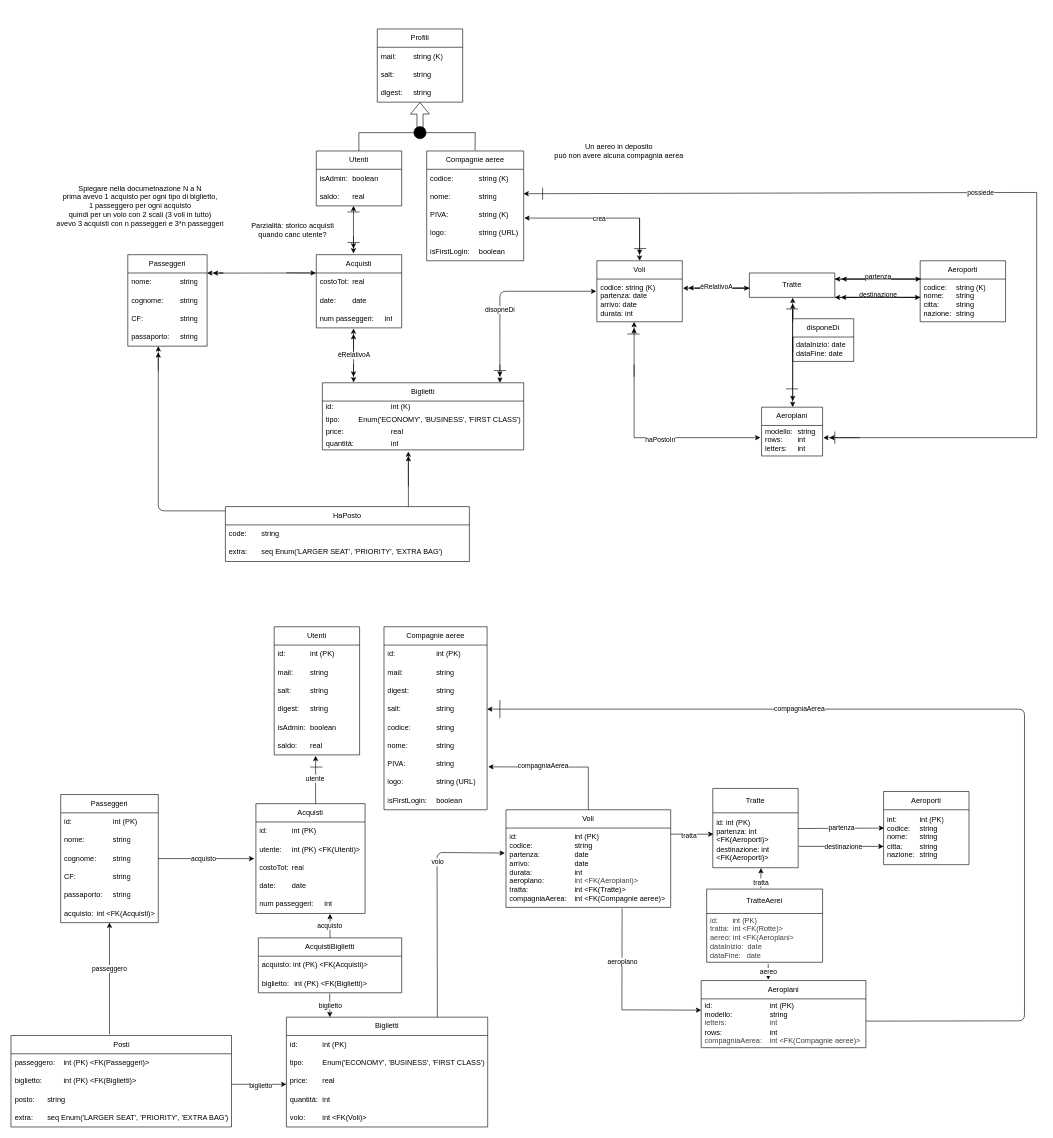
Earlier version of the draw.io diagram BD/DB.drawio (giovanni-quacchia/Airports_projects). Source tidied: cells renumbered, new cells numbered last; positions are measured from the earlier drawing's top-left corner, leaving out a move shared by most shapes. Both pictures are drawn from the tidied source at 61%, with x=0, y=0 at pixel (10, 29).
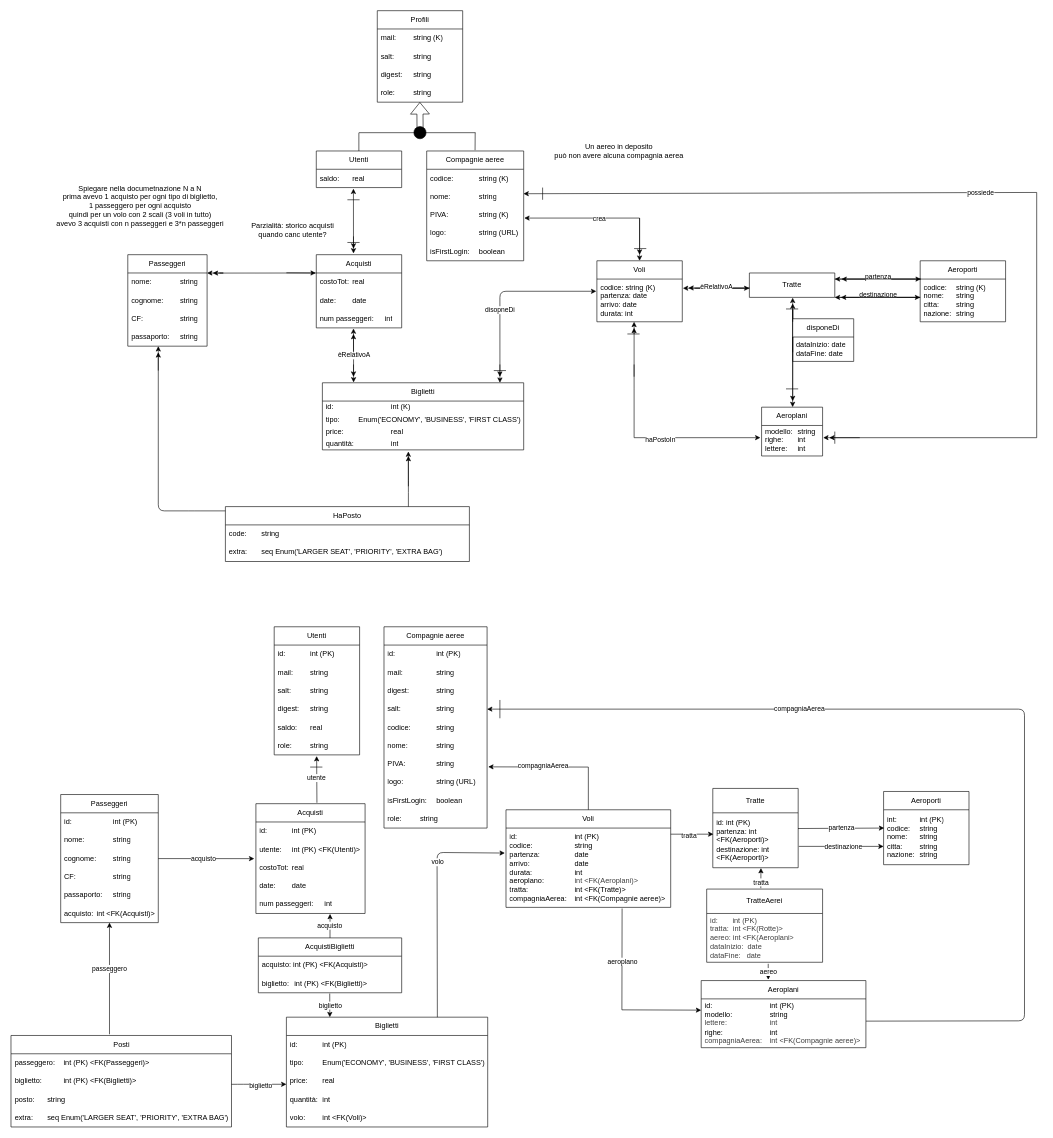
The same page after the edit.

Unchanged cells that the change refers to:
```xml
<mxCell id="16" value="Aeroplani" style="swimlane;fontStyle=0;horizontal=1;startSize=30;whiteSpace=wrap;html=1;" parent="1" vertex="1">
  <mxGeometry x="1231" y="620" width="100" height="80" as="geometry" />
</mxCell>
<mxCell id="89" value="Utenti" style="swimlane;fontStyle=0;horizontal=1;startSize=30;whiteSpace=wrap;html=1;" parent="1" vertex="1">
  <mxGeometry x="432" y="980" width="140" height="210" as="geometry" />
</mxCell>
<mxCell id="108" value="Aeroplani" style="swimlane;fontStyle=0;horizontal=1;startSize=30;whiteSpace=wrap;html=1;" parent="1" vertex="1">
  <mxGeometry x="1132" y="1560" width="270" height="110" as="geometry" />
</mxCell>
<mxCell id="137" value="Acquisti" style="swimlane;fontStyle=0;horizontal=1;startSize=30;whiteSpace=wrap;html=1;" parent="1" vertex="1">
  <mxGeometry x="402" y="1270" width="179" height="180" as="geometry" />
</mxCell>
```

Diff of the diagram source:
```diff
@@
     <mxCell id="2" value="Profili" style="swimlane;fontStyle=0;horizontal=1;startSize=30;whiteSpace=wrap;html=1;" parent="1" vertex="1">
-      <mxGeometry x="601" width="140" height="120" as="geometry" />
+      <mxGeometry x="601" y="-30" width="140" height="150" as="geometry" />
     </mxCell>
@@
+    <mxCell id="187" value="role: &lt;span style=&quot;white-space: pre;&quot;&gt;&#9;&lt;/span&gt;string" style="text;strokeColor=none;fillColor=none;align=left;verticalAlign=middle;spacingLeft=4;spacingRight=4;overflow=hidden;whiteSpace=wrap;html=1;" parent="2" vertex="1">
+      <mxGeometry y="120" width="140" height="30" as="geometry" />
+    </mxCell>
     <mxCell id="6" value="Utenti" style="swimlane;fontStyle=0;horizontal=1;startSize=30;whiteSpace=wrap;html=1;" parent="1" vertex="1">
-      <mxGeometry x="501" y="200" width="140" height="90" as="geometry" />
+      <mxGeometry x="501" y="200" width="140" height="60" as="geometry" />
     </mxCell>
-    <mxCell id="7" value="isAdmin: &lt;span style=&quot;white-space: pre;&quot;&gt;&#9;&lt;/span&gt;boolean" style="text;strokeColor=none;fillColor=none;align=left;verticalAlign=middle;spacingLeft=4;spacingRight=4;overflow=hidden;whiteSpace=wrap;html=1;" parent="6" vertex="1">
-      <mxGeometry y="30" width="140" height="30" as="geometry" />
-    </mxCell>
     <mxCell id="8" value="saldo: &lt;span style=&quot;white-space: pre;&quot;&gt;&#9;&lt;/span&gt;real" style="text;strokeColor=none;fillColor=none;align=left;verticalAlign=middle;spacingLeft=4;spacingRight=4;overflow=hidden;points=[[0,0.5],[1,0.5]];portConstraint=eastwest;whiteSpace=wrap;html=1;" parent="6" vertex="1">
-      <mxGeometry y="60" width="140" height="30" as="geometry" />
+      <mxGeometry y="30" width="140" height="30" as="geometry" />
     </mxCell>
@@
-    <mxCell id="17" value="&lt;div&gt;&lt;font color=&quot;#000000&quot;&gt;modello: &lt;span style=&quot;white-space: pre;&quot;&gt;&#9;&lt;/span&gt;string&lt;/font&gt;&lt;/div&gt;&lt;div&gt;&lt;font color=&quot;#000000&quot;&gt;rows: &lt;span style=&quot;white-space: pre;&quot;&gt;&#9;&lt;/span&gt;int&lt;/font&gt;&lt;/div&gt;&lt;div&gt;&lt;font color=&quot;#000000&quot;&gt;letters: &lt;span style=&quot;white-space: pre;&quot;&gt;&#9;&lt;/span&gt;int&lt;/font&gt;&lt;/div&gt;&lt;div&gt;&lt;div&gt;&lt;div&gt;&lt;br&gt;&lt;/div&gt;&lt;/div&gt;&lt;/div&gt;" style="text;strokeColor=none;fillColor=none;align=left;verticalAlign=middle;spacingLeft=4;spacingRight=4;overflow=hidden;whiteSpace=wrap;html=1;" parent="16" vertex="1">
+    <mxCell id="17" value="&lt;div&gt;&lt;font color=&quot;#000000&quot;&gt;modello: &lt;span style=&quot;white-space: pre;&quot;&gt;&#9;&lt;/span&gt;string&lt;/font&gt;&lt;/div&gt;&lt;div&gt;&lt;font color=&quot;#000000&quot;&gt;righe: &lt;span style=&quot;white-space: pre;&quot;&gt;&#9;&lt;/span&gt;int&lt;/font&gt;&lt;/div&gt;&lt;div&gt;&lt;font color=&quot;#000000&quot;&gt;lettere: &lt;span style=&quot;white-space: pre;&quot;&gt;&#9;&lt;/span&gt;int&lt;/font&gt;&lt;/div&gt;&lt;div&gt;&lt;div&gt;&lt;div&gt;&lt;br&gt;&lt;/div&gt;&lt;/div&gt;&lt;/div&gt;" style="text;strokeColor=none;fillColor=none;align=left;verticalAlign=middle;spacingLeft=4;spacingRight=4;overflow=hidden;whiteSpace=wrap;html=1;" parent="16" vertex="1">
       <mxGeometry y="30" width="100" height="50" as="geometry" />
     </mxCell>
@@
-    <mxCell id="72" style="endArrow=classic;startArrow=classic;html=1;" parent="1" edge="1">
+    <mxCell id="72" style="endArrow=classic;startArrow=classic;html=1;entryX=0.435;entryY=1.061;entryDx=0;entryDy=0;entryPerimeter=0;" parent="1" edge="1" target="8">
       <mxGeometry relative="1" as="geometry">
         <mxPoint x="562" y="368" as="sourcePoint" />
-        <mxPoint x="562" y="290" as="targetPoint" />
       </mxGeometry>
     </mxCell>
@@
-    <mxCell id="94" value="isAdmin: &lt;span style=&quot;white-space: pre;&quot;&gt;&#9;&lt;/span&gt;boolean" style="text;strokeColor=none;fillColor=none;align=left;verticalAlign=middle;spacingLeft=4;spacingRight=4;overflow=hidden;whiteSpace=wrap;html=1;" parent="89" vertex="1">
-      <mxGeometry y="150" width="140" height="30" as="geometry" />
-    </mxCell>
     <mxCell id="95" value="saldo: &lt;span style=&quot;white-space: pre;&quot;&gt;&#9;&lt;/span&gt;real" style="text;strokeColor=none;fillColor=none;align=left;verticalAlign=middle;spacingLeft=4;spacingRight=4;overflow=hidden;points=[[0,0.5],[1,0.5]];portConstraint=eastwest;whiteSpace=wrap;html=1;" parent="89" vertex="1">
-      <mxGeometry y="180" width="140" height="30" as="geometry" />
+      <mxGeometry y="150" width="140" height="30" as="geometry" />
     </mxCell>
+    <mxCell id="188" value="role: &lt;span style=&quot;white-space: pre;&quot;&gt;&#9;&lt;/span&gt;string" style="text;strokeColor=none;fillColor=none;align=left;verticalAlign=middle;spacingLeft=4;spacingRight=4;overflow=hidden;points=[[0,0.5],[1,0.5]];portConstraint=eastwest;whiteSpace=wrap;html=1;" parent="89" vertex="1">
+      <mxGeometry y="180" width="140" height="30" as="geometry" />
+    </mxCell>
     <mxCell id="96" value="Compagnie aeree" style="swimlane;fontStyle=0;horizontal=1;startSize=30;whiteSpace=wrap;html=1;" parent="1" vertex="1">
-      <mxGeometry x="612" y="980" width="169" height="300" as="geometry" />
+      <mxGeometry x="612" y="980" width="169" height="330" as="geometry" />
     </mxCell>
@@
+    <mxCell id="189" value="role: &lt;span style=&quot;white-space: pre;&quot;&gt;&#9;&lt;/span&gt;string" style="text;strokeColor=none;fillColor=none;align=left;verticalAlign=middle;spacingLeft=4;spacingRight=4;overflow=hidden;whiteSpace=wrap;html=1;" parent="96" vertex="1">
+      <mxGeometry y="300" width="169" height="30" as="geometry" />
+    </mxCell>
@@
-    <mxCell id="109" value="id: &lt;span style=&quot;white-space: pre;&quot;&gt;&#9;&lt;span style=&quot;white-space: pre;&quot;&gt;&#9;&lt;span style=&quot;white-space: pre;&quot;&gt;&#9;&lt;span style=&quot;white-space: pre;&quot;&gt;&#9;&lt;/span&gt;&lt;/span&gt;&lt;/span&gt;&lt;/span&gt;int (PK)&lt;div&gt;&lt;font color=&quot;#000000&quot;&gt;modello: &lt;span style=&quot;white-space: pre;&quot;&gt;&#9;&lt;span style=&quot;white-space: pre;&quot;&gt;&#9;&lt;span style=&quot;white-space: pre;&quot;&gt;&#9;&lt;/span&gt;&lt;/span&gt;&lt;/span&gt;string&lt;/font&gt;&lt;/div&gt;&lt;div&gt;&lt;font color=&quot;#000000&quot;&gt;&lt;div style=&quot;color: rgb(63, 63, 63); scrollbar-color: rgb(226, 226, 226) rgb(251, 251, 251);&quot;&gt;&lt;font style=&quot;scrollbar-color: rgb(226, 226, 226) rgb(251, 251, 251);&quot;&gt;letters:&amp;nbsp;&lt;span style=&quot;color: rgb(63, 63, 63); scrollbar-color: rgb(226, 226, 226) rgb(251, 251, 251); white-space: pre;&quot;&gt;&#9;&lt;span style=&quot;color: rgb(63, 63, 63); scrollbar-color: rgb(226, 226, 226) rgb(251, 251, 251); white-space: pre;&quot;&gt;&#9;&lt;span style=&quot;color: rgb(63, 63, 63); scrollbar-color: rgb(226, 226, 226) rgb(251, 251, 251);&quot;&gt;&#9;&lt;/span&gt;&lt;/span&gt;&lt;/span&gt;int&lt;/font&gt;&lt;/div&gt;&lt;/font&gt;&lt;/div&gt;&lt;div&gt;&lt;font color=&quot;#000000&quot;&gt;rows: &lt;span style=&quot;white-space: pre;&quot;&gt;&#9;&lt;span style=&quot;white-space: pre;&quot;&gt;&#9;&lt;span style=&quot;white-space: pre;&quot;&gt;&#9;&lt;/span&gt;&lt;/span&gt;&lt;/span&gt;int&lt;/font&gt;&lt;/div&gt;&lt;div&gt;&lt;span style=&quot;color: rgb(63, 63, 63); background-color: transparent;&quot;&gt;compagniaAerea:&amp;nbsp;&lt;/span&gt;&lt;span style=&quot;color: rgb(63, 63, 63); background-color: transparent; white-space: pre;&quot;&gt;&#9;&lt;/span&gt;&lt;span style=&quot;color: rgb(63, 63, 63); background-color: transparent;&quot;&gt;int &amp;lt;FK(Compagnie aeree)&amp;gt;&lt;/span&gt;&lt;/div&gt;" style="text;strokeColor=none;fillColor=none;align=left;verticalAlign=middle;spacingLeft=4;spacingRight=4;overflow=hidden;points=[[0,0.5],[1,0.5]];portConstraint=eastwest;whiteSpace=wrap;html=1;" parent="108" vertex="1">
+    <mxCell id="109" value="id: &lt;span style=&quot;white-space: pre;&quot;&gt;&#9;&lt;span style=&quot;white-space: pre;&quot;&gt;&#9;&lt;span style=&quot;white-space: pre;&quot;&gt;&#9;&lt;span style=&quot;white-space: pre;&quot;&gt;&#9;&lt;/span&gt;&lt;/span&gt;&lt;/span&gt;&lt;/span&gt;int (PK)&lt;div&gt;&lt;font color=&quot;#000000&quot;&gt;modello: &lt;span style=&quot;white-space: pre;&quot;&gt;&#9;&lt;span style=&quot;white-space: pre;&quot;&gt;&#9;&lt;span style=&quot;white-space: pre;&quot;&gt;&#9;&lt;/span&gt;&lt;/span&gt;&lt;/span&gt;string&lt;/font&gt;&lt;/div&gt;&lt;div&gt;&lt;font color=&quot;#000000&quot;&gt;&lt;div style=&quot;color: rgb(63, 63, 63); scrollbar-color: rgb(226, 226, 226) rgb(251, 251, 251);&quot;&gt;&lt;font style=&quot;scrollbar-color: rgb(226, 226, 226) rgb(251, 251, 251);&quot;&gt;lettere:&amp;nbsp;&lt;span style=&quot;color: rgb(63, 63, 63); scrollbar-color: rgb(226, 226, 226) rgb(251, 251, 251); white-space: pre;&quot;&gt;&#9;&lt;span style=&quot;color: rgb(63, 63, 63); scrollbar-color: rgb(226, 226, 226) rgb(251, 251, 251); white-space: pre;&quot;&gt;&#9;&lt;span style=&quot;color: rgb(63, 63, 63); scrollbar-color: rgb(226, 226, 226) rgb(251, 251, 251);&quot;&gt;&#9;&lt;/span&gt;&lt;/span&gt;&lt;/span&gt;int&lt;/font&gt;&lt;/div&gt;&lt;/font&gt;&lt;/div&gt;&lt;div&gt;&lt;font color=&quot;#000000&quot;&gt;righe: &lt;span style=&quot;white-space: pre;&quot;&gt;&#9;&lt;span style=&quot;white-space: pre;&quot;&gt;&#9;&lt;span style=&quot;white-space: pre;&quot;&gt;&#9;&lt;/span&gt;&lt;/span&gt;&lt;/span&gt;int&lt;/font&gt;&lt;/div&gt;&lt;div&gt;&lt;span style=&quot;color: rgb(63, 63, 63); background-color: transparent;&quot;&gt;compagniaAerea:&amp;nbsp;&lt;/span&gt;&lt;span style=&quot;color: rgb(63, 63, 63); background-color: transparent; white-space: pre;&quot;&gt;&#9;&lt;/span&gt;&lt;span style=&quot;color: rgb(63, 63, 63); background-color: transparent;&quot;&gt;int &amp;lt;FK(Compagnie aeree)&amp;gt;&lt;/span&gt;&lt;/div&gt;" style="text;strokeColor=none;fillColor=none;align=left;verticalAlign=middle;spacingLeft=4;spacingRight=4;overflow=hidden;points=[[0,0.5],[1,0.5]];portConstraint=eastwest;whiteSpace=wrap;html=1;" parent="108" vertex="1">
       <mxGeometry y="30" width="270" height="80" as="geometry" />
     </mxCell>
@@
-    <mxCell id="161" style="endArrow=classic;html=1;entryX=0.485;entryY=1.048;entryDx=0;entryDy=0;entryPerimeter=0;exitX=0.547;exitY=0;exitDx=0;exitDy=0;exitPerimeter=0;" parent="1" edge="1" source="137" target="95">
+    <mxCell id="161" style="endArrow=classic;html=1;exitX=0.559;exitY=-0.008;exitDx=0;exitDy=0;exitPerimeter=0;entryX=0.497;entryY=1.066;entryDx=0;entryDy=0;entryPerimeter=0;" parent="1" edge="1" source="137" target="188">
       <mxGeometry relative="1" as="geometry" />
     </mxCell>
@@
     <mxCell id="174" style="endArrow=none;html=1;" parent="1" edge="1">
       <mxGeometry relative="1" as="geometry">
-        <mxPoint x="552" y="300" as="sourcePoint" />
-        <mxPoint x="572" y="300" as="targetPoint" />
+        <mxPoint x="552" y="280" as="sourcePoint" />
+        <mxPoint x="572" y="280" as="targetPoint" />
       </mxGeometry>
     </mxCell>
```
